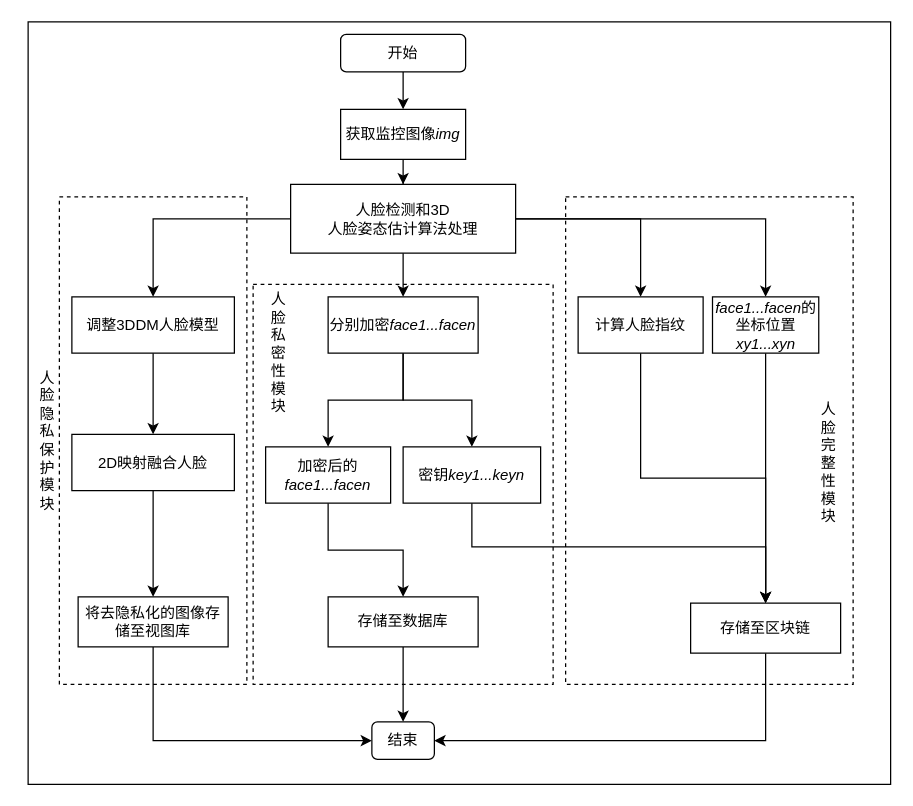
Above: page "正向过程" (3 of 5) of face-chain/facechain.drawio in FadingLight9291117/draw.io (draw.io), before the change. Source tidied: cells renumbered, new cells numbered last; positions are measured from the earlier drawing's top-left corner, leaving out a move shared by most shapes. Both pictures are drawn from the tidied source at 125%, with x=0, y=0 at pixel (21, 21).
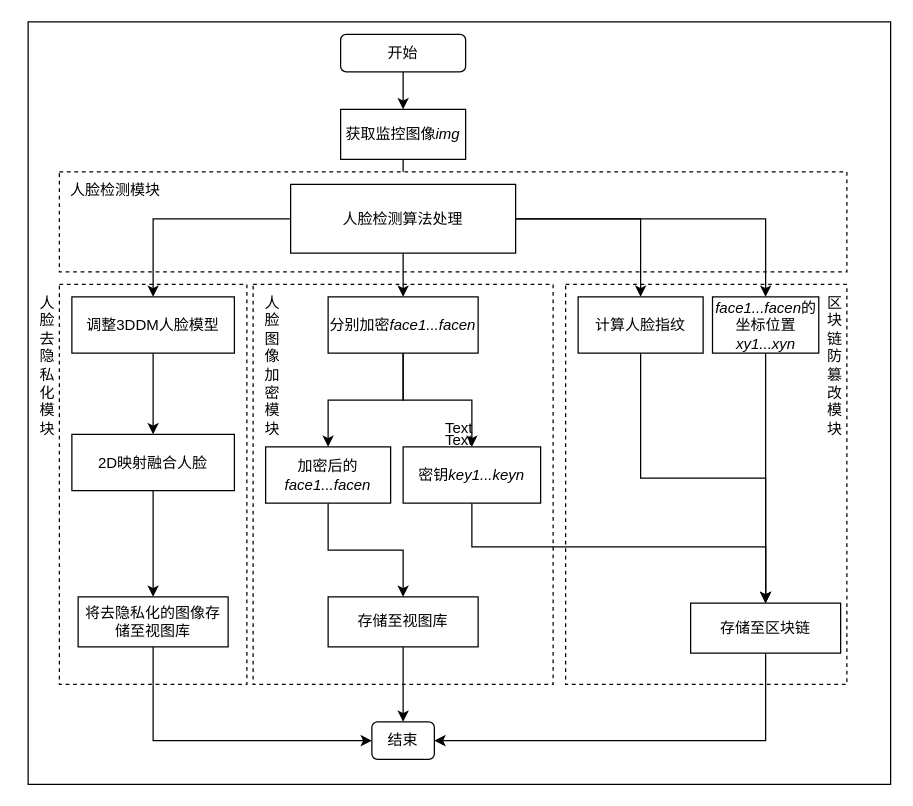
The same page after the edit.

What changed in the source:
```diff
@@
     <mxCell id="3" style="whiteSpace=wrap;html=1;dashed=1;" parent="1" vertex="1">
-      <mxGeometry x="435" y="140" width="230" height="390" as="geometry" />
+      <mxGeometry x="435" y="210" width="225" height="320" as="geometry" />
     </mxCell>
@@
     <mxCell id="5" style="rounded=0;whiteSpace=wrap;html=1;dashed=1;" parent="1" vertex="1">
-      <mxGeometry x="30" y="140" width="150" height="390" as="geometry" />
+      <mxGeometry x="30" y="210" width="150" height="320" as="geometry" />
     </mxCell>
@@
+    <mxCell id="40" style="whiteSpace=wrap;html=1;dashed=1;" parent="1" vertex="1">
+      <mxGeometry x="30" y="120" width="630" height="80" as="geometry" />
+    </mxCell>
@@
-    <mxCell id="12" value="人脸检测和3D&lt;br&gt;人脸姿态估计算法处理" style="whiteSpace=wrap;html=1;" parent="1" vertex="1">
+    <mxCell id="12" value="人脸检测算法处理" style="whiteSpace=wrap;html=1;" parent="1" vertex="1">
       <mxGeometry x="215" y="130" width="180" height="55" as="geometry" />
     </mxCell>
@@
-    <mxCell id="27" value="存储至数据库" style="whiteSpace=wrap;html=1;" parent="1" vertex="1">
+    <mxCell id="27" value="存储至视图库" style="whiteSpace=wrap;html=1;" parent="1" vertex="1">
       <mxGeometry x="245" y="460" width="120" height="40" as="geometry" />
     </mxCell>
@@
-    <mxCell id="35" value="人&lt;br&gt;脸&lt;br&gt;隐&lt;br&gt;私&lt;br&gt;保&lt;br&gt;护&lt;br&gt;模&lt;br&gt;块" style="text;html=1;align=center;verticalAlign=middle;strokeColor=none;fillColor=none;" parent="1" vertex="1">
-      <mxGeometry y="270" width="40" height="130" as="geometry" />
+    <mxCell id="35" value="人&lt;br&gt;脸&lt;br&gt;去&lt;br&gt;隐&lt;br&gt;私&lt;br&gt;化&lt;br&gt;模&lt;br&gt;块" style="text;html=1;align=center;verticalAlign=middle;strokeColor=none;fillColor=none;" parent="1" vertex="1">
+      <mxGeometry y="210" width="40" height="130" as="geometry" />
     </mxCell>
-    <mxCell id="36" value="人&lt;br&gt;脸&lt;br&gt;私&lt;br&gt;密&lt;br&gt;性&lt;br&gt;模&lt;br&gt;块" style="text;html=1;align=center;verticalAlign=middle;strokeColor=none;fillColor=none;" parent="1" vertex="1">
-      <mxGeometry x="185" y="210" width="40" height="110" as="geometry" />
+    <mxCell id="36" value="人&lt;br&gt;脸&lt;br&gt;图&lt;br&gt;像&lt;br&gt;加&lt;br&gt;密&lt;br&gt;模&lt;br&gt;块" style="text;html=1;align=center;verticalAlign=middle;strokeColor=none;fillColor=none;" parent="1" vertex="1">
+      <mxGeometry x="180" y="210" width="40" height="130" as="geometry" />
     </mxCell>
-    <mxCell id="37" value="人&lt;br&gt;脸&lt;br&gt;完&lt;br&gt;整&lt;br&gt;性&lt;br&gt;模&lt;br&gt;块" style="text;html=1;align=center;verticalAlign=middle;strokeColor=none;fillColor=none;" parent="1" vertex="1">
-      <mxGeometry x="625" y="297.5" width="40" height="110" as="geometry" />
+    <mxCell id="37" value="区&lt;br&gt;块&lt;br&gt;链&lt;br&gt;防&lt;br&gt;篡&lt;br&gt;改&lt;br&gt;模&lt;br&gt;块" style="text;html=1;align=center;verticalAlign=middle;strokeColor=none;fillColor=none;" parent="1" vertex="1">
+      <mxGeometry x="630" y="210" width="40" height="130" as="geometry" />
     </mxCell>
@@
+    <mxCell id="41" value="Text" style="text;html=1;strokeColor=none;fillColor=none;align=center;verticalAlign=middle;whiteSpace=wrap;rounded=0;" parent="1" vertex="1">
+      <mxGeometry x="320" y="310" width="60" height="30" as="geometry" />
+    </mxCell>
+    <mxCell id="42" value="Text" style="text;html=1;strokeColor=none;fillColor=none;align=center;verticalAlign=middle;whiteSpace=wrap;rounded=0;" parent="1" vertex="1">
+      <mxGeometry x="320" y="320" width="60" height="30" as="geometry" />
+    </mxCell>
+    <mxCell id="43" value="人脸检测模块" style="text;html=1;strokeColor=none;fillColor=none;align=center;verticalAlign=middle;whiteSpace=wrap;rounded=0;" parent="1" vertex="1">
+      <mxGeometry x="30" y="120" width="90" height="30" as="geometry" />
+    </mxCell>
```
